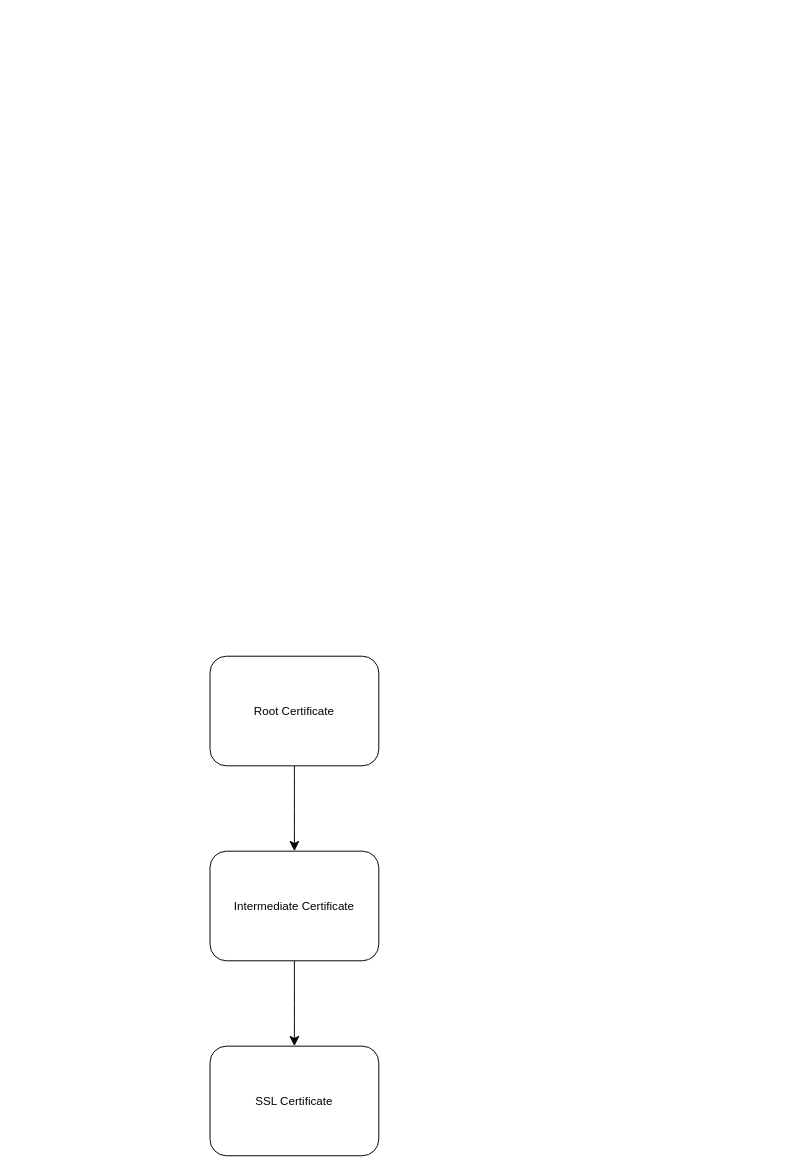
This is Диаграмма без названия.drawio from tulashvili/diagrams, a draw.io file, before an edit. Source tidied: cells renumbered, new cells numbered last; positions are measured from the earlier drawing's top-left corner, leaving out a move shared by most shapes. Both pictures are drawn from the tidied source at 97%, with x=0, y=0 at pixel (210, 656).
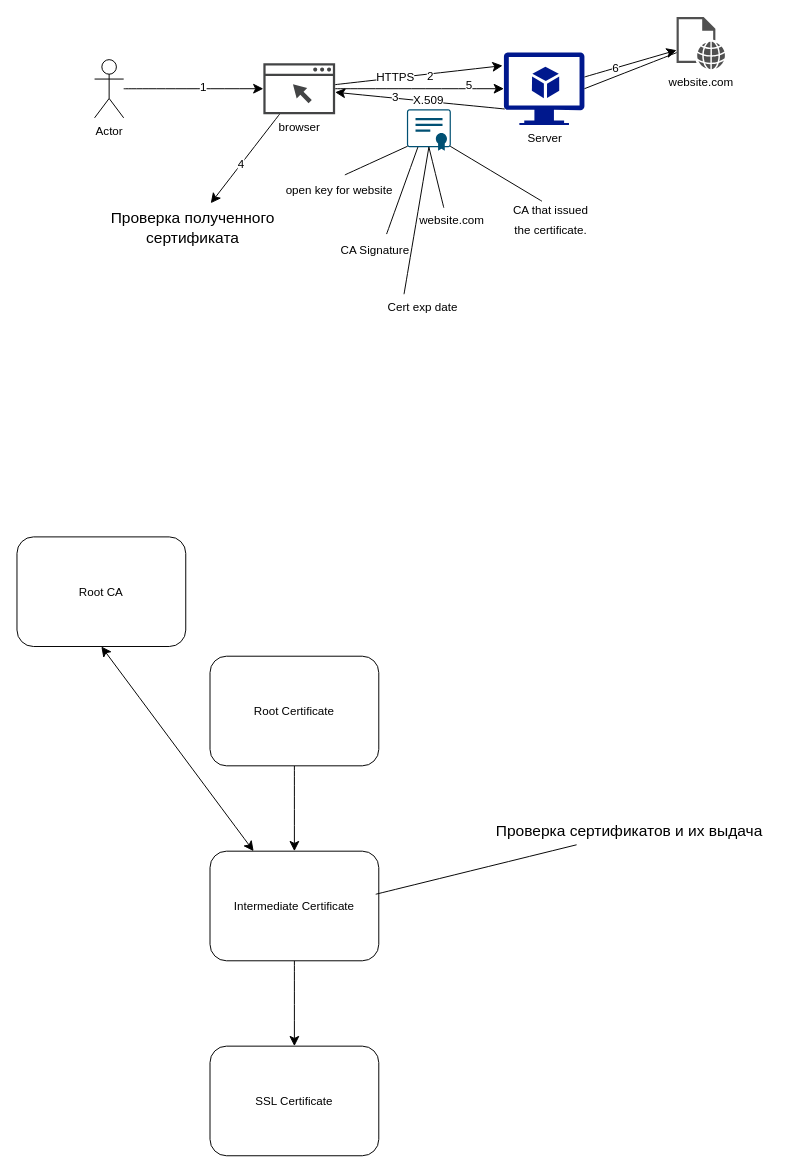
Above is the later version.

Unchanged cells that the change refers to:
```xml
<mxCell id="5" value="Intermediate Certificate" style="rounded=1;whiteSpace=wrap;html=1;" parent="1" vertex="1">
  <mxGeometry y="201" width="174" height="113" as="geometry" />
</mxCell>
```

Diff of the diagram source:
```diff
@@
+    <mxCell id="7" style="edgeStyle=none;curved=1;rounded=0;jettySize=auto;html=1;entryX=0.5;entryY=1;entryDx=0;entryDy=0;fontSize=12;startSize=8;endSize=8;startArrow=classic;startFill=1;" parent="1" edge="1" source="5" target="41">
+      <mxGeometry relative="1" as="geometry" />
+    </mxCell>
@@
+    <mxCell id="8" style="edgeStyle=none;curved=1;rounded=0;jettySize=auto;html=1;fontSize=12;startSize=8;endSize=8;" parent="1" edge="1" source="10" target="13">
+      <mxGeometry relative="1" as="geometry" />
+    </mxCell>
+    <mxCell id="9" value="1" style="edgeLabel;html=1;align=center;verticalAlign=middle;fontSize=12;" parent="8" vertex="1">
+      <mxGeometry x="0.14" y="1" relative="1" as="geometry" />
+    </mxCell>
+    <mxCell id="10" value="Actor" style="shape=umlActor;verticalLabelPosition=bottom;verticalAlign=top;html=1;outlineConnect=0;" parent="1" vertex="1">
+      <mxGeometry x="-119" y="-615" width="30" height="60" as="geometry" />
+    </mxCell>
+    <mxCell id="11" style="edgeStyle=none;curved=1;rounded=0;jettySize=auto;html=1;fontSize=12;startSize=8;endSize=8;" parent="1" edge="1" source="13" target="36">
+      <mxGeometry relative="1" as="geometry" />
+    </mxCell>
+    <mxCell id="12" value="4" style="edgeLabel;html=1;align=center;verticalAlign=middle;fontSize=12;" parent="11" vertex="1">
+      <mxGeometry x="0.12" relative="1" as="geometry" />
+    </mxCell>
+    <mxCell id="13" value="browser" style="sketch=0;shadow=0;dashed=0;html=1;strokeColor=none;fillColor=#434445;labelPosition=center;verticalLabelPosition=bottom;verticalAlign=top;align=center;outlineConnect=0;shape=mxgraph.vvd.web_browser;" parent="1" vertex="1">
+      <mxGeometry x="55" y="-611.3" width="74" height="52.5" as="geometry" />
+    </mxCell>
+    <mxCell id="14" style="edgeStyle=none;curved=1;rounded=0;jettySize=auto;html=1;fontSize=12;startSize=8;endSize=8;entryX=-0.017;entryY=0.182;entryDx=0;entryDy=0;entryPerimeter=0;" parent="1" edge="1" source="13" target="22">
+      <mxGeometry relative="1" as="geometry" />
+    </mxCell>
+    <mxCell id="15" value="2" style="edgeLabel;html=1;align=center;verticalAlign=middle;fontSize=12;" parent="14" vertex="1">
+      <mxGeometry x="0.13" y="-2" relative="1" as="geometry" />
+    </mxCell>
+    <mxCell id="16" value="HTTPS" style="edgeLabel;html=1;align=center;verticalAlign=middle;fontSize=12;" parent="14" vertex="1">
+      <mxGeometry x="-0.29" y="1" relative="1" as="geometry" />
+    </mxCell>
+    <mxCell id="17" value="website.com" style="sketch=0;shadow=0;dashed=0;html=1;strokeColor=none;fillColor=#505050;labelPosition=center;verticalLabelPosition=bottom;verticalAlign=top;outlineConnect=0;align=center;shape=mxgraph.office.concepts.web_page;" parent="1" vertex="1">
+      <mxGeometry x="481" y="-659" width="50" height="54" as="geometry" />
+    </mxCell>
+    <mxCell id="18" style="points=[[0.015,0.015,0],[0.25,0,0],[0.5,0,0],[0.75,0,0],[0.985,0.015,0],[1,0.22,0],[1,0.44,0],[1,0.67,0],[0.985,0.89,0],[0,0.22,0],[0,0.44,0],[0,0.67,0],[0.015,0.89,0],[0.25,0.91,0],[0.5,0.91,0],[0.785,0.955,0]];verticalLabelPosition=bottom;sketch=0;html=1;verticalAlign=top;align=center;shape=mxgraph.cisco19.x509_certificate;fillColor=#005073;strokeColor=none;" parent="1" vertex="1">
+      <mxGeometry x="203" y="-564" width="45.3" height="43" as="geometry" />
+    </mxCell>
+    <mxCell id="19" style="endArrow=none;html=1;rounded=0;fontSize=12;startSize=8;endSize=8;curved=1;entryX=0.015;entryY=0.89;entryDx=0;entryDy=0;entryPerimeter=0;exitX=0.551;exitY=0.042;exitDx=0;exitDy=0;exitPerimeter=0;" parent="1" edge="1" source="31" target="18">
+      <mxGeometry relative="1" as="geometry" />
+    </mxCell>
+    <mxCell id="20" style="edgeStyle=none;curved=1;rounded=0;jettySize=auto;html=1;fontSize=12;startSize=8;endSize=8;" parent="1" edge="1" source="22" target="17">
+      <mxGeometry relative="1" as="geometry" />
+    </mxCell>
+    <mxCell id="21" value="6" style="edgeLabel;html=1;align=center;verticalAlign=middle;fontSize=12;" parent="20" vertex="1">
+      <mxGeometry x="-0.33" relative="1" as="geometry" />
+    </mxCell>
+    <mxCell id="22" value="Server" style="sketch=0;shadow=0;dashed=0;html=1;strokeColor=none;labelPosition=center;verticalLabelPosition=bottom;verticalAlign=top;align=center;fillColor=#00188D;shape=mxgraph.azure.virtual_machine_feature;" parent="1" vertex="1">
+      <mxGeometry x="303" y="-622.4" width="83" height="74.7" as="geometry" />
+    </mxCell>
+    <mxCell id="23" style="endArrow=none;html=1;rounded=0;fontSize=12;startSize=8;endSize=8;curved=1;entryX=1;entryY=0.5;entryDx=0;entryDy=0;entryPerimeter=0;" parent="1" edge="1" source="17" target="22">
+      <mxGeometry relative="1" as="geometry" />
+    </mxCell>
+    <mxCell id="24" style="endArrow=classic;html=1;rounded=0;fontSize=12;startSize=8;endSize=8;curved=1;exitX=0.01;exitY=0.78;exitDx=0;exitDy=0;exitPerimeter=0;" parent="1" edge="1" source="22" target="13">
+      <mxGeometry relative="1" as="geometry" />
+    </mxCell>
+    <mxCell id="25" value="X.509" style="edgeLabel;html=1;align=center;verticalAlign=middle;fontSize=12;" parent="24" vertex="1">
+      <mxGeometry x="-0.09" y="-2" relative="1" as="geometry" />
+    </mxCell>
+    <mxCell id="26" value="3" style="edgeLabel;html=1;align=center;verticalAlign=middle;fontSize=12;" parent="24" vertex="1">
+      <mxGeometry x="0.3" y="-1" relative="1" as="geometry" />
+    </mxCell>
+    <mxCell id="27" style="endArrow=none;html=1;rounded=0;fontSize=12;startSize=8;endSize=8;curved=1;entryX=0.5;entryY=0.91;entryDx=0;entryDy=0;entryPerimeter=0;exitX=0.412;exitY=0.148;exitDx=0;exitDy=0;exitPerimeter=0;" parent="1" edge="1" source="28" target="18">
+      <mxGeometry relative="1" as="geometry" />
+    </mxCell>
+    <mxCell id="28" value="&lt;span style=&quot;font-size: 12px;&quot;&gt;website.com&lt;/span&gt;" style="text;html=1;align=center;verticalAlign=middle;points=[];strokeColor=none;fillColor=none;fontSize=16;" parent="1" vertex="1">
+      <mxGeometry x="206" y="-467" width="85" height="31" as="geometry" />
+    </mxCell>
+    <mxCell id="29" style="endArrow=none;html=1;rounded=0;fontSize=12;startSize=8;endSize=8;curved=1;entryX=0.985;entryY=0.89;entryDx=0;entryDy=0;entryPerimeter=0;exitX=0.412;exitY=0.148;exitDx=0;exitDy=0;exitPerimeter=0;" parent="1" edge="1" source="30" target="18">
+      <mxGeometry relative="1" as="geometry" />
+    </mxCell>
+    <mxCell id="30" value="&lt;span style=&quot;font-size: 12px;&quot;&gt;CA that issued&lt;/span&gt;&lt;div&gt;&lt;span style=&quot;font-size: 12px;&quot;&gt;the certificate.&lt;/span&gt;&lt;/div&gt;" style="text;html=1;align=center;verticalAlign=middle;points=[];strokeColor=none;fillColor=none;fontSize=16;" parent="1" vertex="1">
+      <mxGeometry x="303" y="-476.5" width="95" height="50" as="geometry" />
+    </mxCell>
+    <mxCell id="31" value="&lt;span style=&quot;font-size: 12px;&quot;&gt;open key for website&lt;/span&gt;" style="text;html=1;align=center;verticalAlign=middle;points=[];strokeColor=none;fillColor=none;fontSize=16;" parent="1" vertex="1">
+      <mxGeometry x="68.5" y="-497.5" width="128" height="31" as="geometry" />
+    </mxCell>
+    <mxCell id="32" value="&lt;span style=&quot;font-size: 12px;&quot;&gt;CA Signature&lt;/span&gt;" style="text;html=1;align=center;verticalAlign=middle;points=[];strokeColor=none;fillColor=none;fontSize=16;" parent="1" vertex="1">
+      <mxGeometry x="125" y="-436" width="89" height="31" as="geometry" />
+    </mxCell>
+    <mxCell id="33" style="endArrow=none;html=1;rounded=0;fontSize=12;startSize=8;endSize=8;curved=1;entryX=0.25;entryY=0.91;entryDx=0;entryDy=0;entryPerimeter=0;exitX=0.641;exitY=0.026;exitDx=0;exitDy=0;exitPerimeter=0;" parent="1" edge="1" source="32" target="18">
+      <mxGeometry relative="1" as="geometry" />
+    </mxCell>
+    <mxCell id="34" value="&lt;span style=&quot;font-size: 12px;&quot;&gt;Cert exp date&lt;/span&gt;" style="text;html=1;align=center;verticalAlign=middle;points=[];strokeColor=none;fillColor=none;fontSize=16;" parent="1" vertex="1">
+      <mxGeometry x="174" y="-377" width="90" height="31" as="geometry" />
+    </mxCell>
+    <mxCell id="35" style="endArrow=none;html=1;rounded=0;fontSize=12;startSize=8;endSize=8;curved=1;entryX=0.5;entryY=0.91;entryDx=0;entryDy=0;entryPerimeter=0;exitX=0.289;exitY=0.123;exitDx=0;exitDy=0;exitPerimeter=0;" parent="1" edge="1" source="34" target="18">
+      <mxGeometry relative="1" as="geometry" />
+    </mxCell>
+    <mxCell id="36" value="Проверка полученного&lt;div&gt;сертификата&lt;/div&gt;" style="text;html=1;align=center;verticalAlign=middle;points=[];strokeColor=none;fillColor=none;fontSize=16;" parent="1" vertex="1">
+      <mxGeometry x="-114" y="-467" width="191" height="50" as="geometry" />
+    </mxCell>
+    <mxCell id="37" style="edgeStyle=none;curved=1;rounded=0;jettySize=auto;html=1;entryX=0;entryY=0.5;entryDx=0;entryDy=0;entryPerimeter=0;fontSize=12;startSize=8;endSize=8;" parent="1" edge="1" source="13" target="22">
+      <mxGeometry relative="1" as="geometry" />
+    </mxCell>
+    <mxCell id="38" value="5" style="edgeLabel;html=1;align=center;verticalAlign=middle;fontSize=12;" parent="37" vertex="1">
+      <mxGeometry x="0.57" y="3" relative="1" as="geometry" />
+    </mxCell>
+    <mxCell id="39" style="endArrow=none;html=1;rounded=0;fontSize=12;startSize=8;endSize=8;curved=1;exitX=0.982;exitY=0.393;exitDx=0;exitDy=0;exitPerimeter=0;entryX=0.321;entryY=0.981;entryDx=0;entryDy=0;entryPerimeter=0;" parent="1" edge="1" source="5" target="40">
+      <mxGeometry relative="1" as="geometry" />
+    </mxCell>
+    <mxCell id="40" value="Проверка сертификатов и их выдача" style="text;html=1;align=center;verticalAlign=middle;points=[];strokeColor=none;fillColor=none;fontSize=16;" parent="1" vertex="1">
+      <mxGeometry x="281" y="164" width="302" height="31" as="geometry" />
+    </mxCell>
+    <mxCell id="41" value="Root CA" style="rounded=1;whiteSpace=wrap;html=1;" parent="1" vertex="1">
+      <mxGeometry x="-199" y="-123" width="174" height="113" as="geometry" />
+    </mxCell>
```
